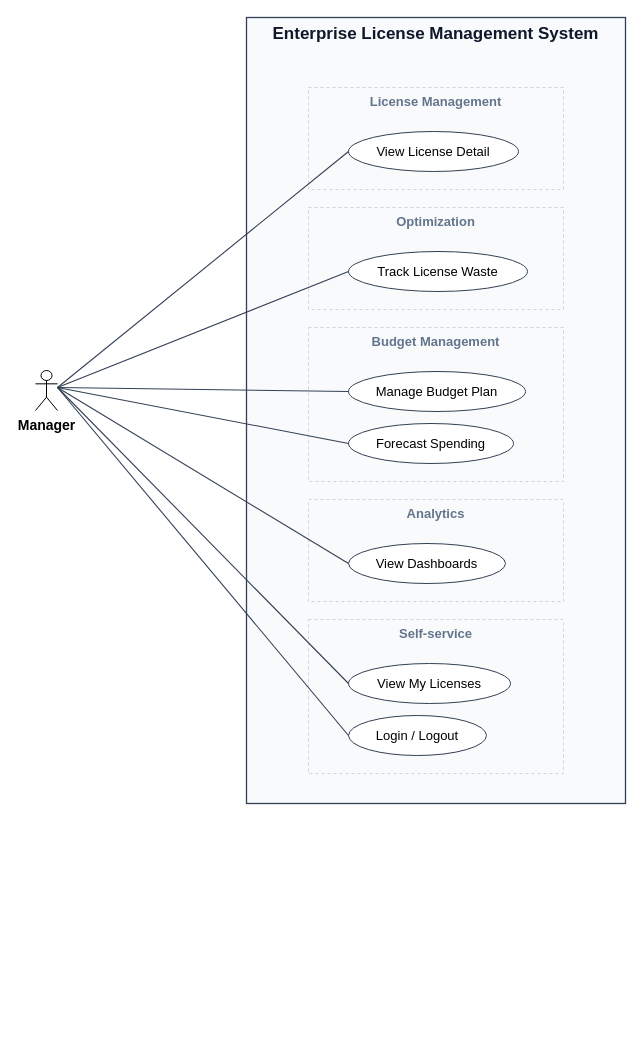
Above: docs/diagrams/out/uc_manager.drawio in cuonglpv/VFast (draw.io), before the change. Source tidied: cells renumbered, new cells numbered last; positions are measured from the earlier drawing's top-left corner, leaving out a move shared by most shapes. Both pictures are drawn from the tidied source at 100%, with x=0, y=0 at pixel (35, 17).
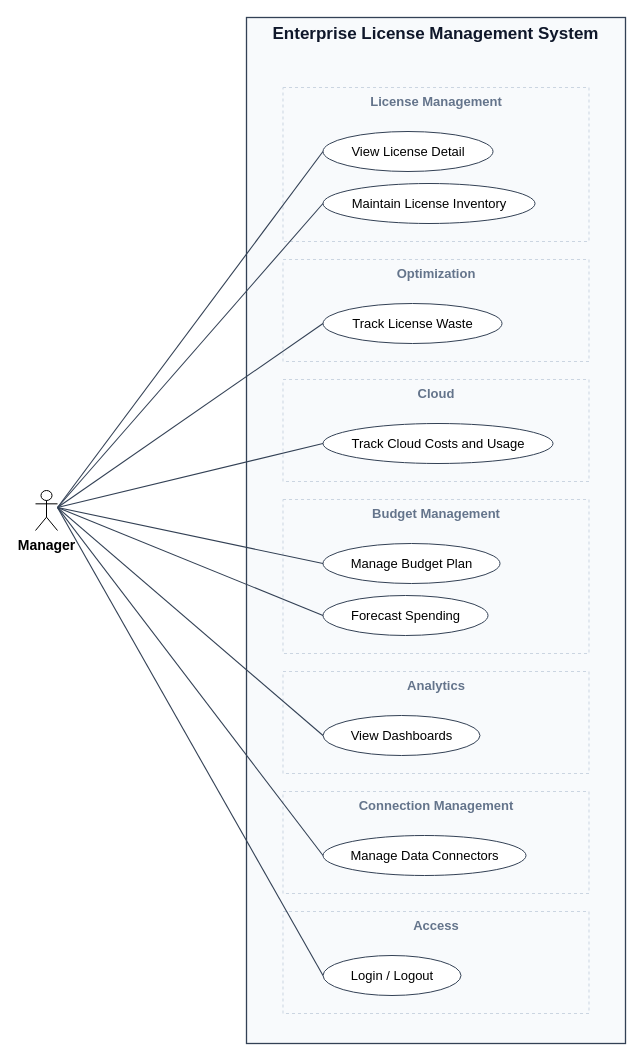
The same page after the edit.

Diff of the diagram source:
```diff
@@
     <mxCell id="2" value="Enterprise License Management System" style="rounded=0;arcSize=0;absoluteArcSize=1;whiteSpace=wrap;html=1;fillColor=#F8FAFC;strokeColor=#334155;strokeWidth=1.3;fontSize=17;fontColor=#0f172a;align=center;verticalAlign=top;fontStyle=1;" parent="1" vertex="1">
-      <mxGeometry x="211" width="379" height="786" as="geometry" />
+      <mxGeometry x="211" width="379" height="1026" as="geometry" />
     </mxCell>
     <mxCell id="3" value="License Management" style="rounded=0;arcSize=0;absoluteArcSize=1;whiteSpace=wrap;html=1;fillColor=#F8FAFC;strokeColor=#CBD5E1;strokeWidth=1;fontSize=13;fontColor=#64748B;align=center;verticalAlign=top;dashed=1;fontStyle=1;" parent="1" vertex="1">
-      <mxGeometry x="273" y="70" width="255" height="102" as="geometry" />
+      <mxGeometry x="247.5" y="70" width="306" height="154" as="geometry" />
     </mxCell>
     <mxCell id="4" value="View License Detail" style="ellipse;whiteSpace=wrap;html=1;fillColor=#ffffff;strokeColor=#334155;fontSize=13;fontColor=#000000;" parent="1" vertex="1">
-      <mxGeometry x="313" y="114" width="170" height="40" as="geometry" />
+      <mxGeometry x="287.5" y="114" width="170" height="40" as="geometry" />
     </mxCell>
-    <mxCell id="5" value="Optimization" style="rounded=0;arcSize=0;absoluteArcSize=1;whiteSpace=wrap;html=1;fillColor=#F8FAFC;strokeColor=#CBD5E1;strokeWidth=1;fontSize=13;fontColor=#64748B;align=center;verticalAlign=top;dashed=1;fontStyle=1;" parent="1" vertex="1">
-      <mxGeometry x="273" y="190" width="255" height="102" as="geometry" />
+    <mxCell id="5" value="Maintain License Inventory" style="ellipse;whiteSpace=wrap;html=1;fillColor=#ffffff;strokeColor=#334155;fontSize=13;fontColor=#000000;" parent="1" vertex="1">
+      <mxGeometry x="287.5" y="166" width="212" height="40" as="geometry" />
     </mxCell>
-    <mxCell id="6" value="Track License Waste" style="ellipse;whiteSpace=wrap;html=1;fillColor=#ffffff;strokeColor=#334155;fontSize=13;fontColor=#000000;" parent="1" vertex="1">
-      <mxGeometry x="313" y="234" width="179" height="40" as="geometry" />
+    <mxCell id="6" value="Optimization" style="rounded=0;arcSize=0;absoluteArcSize=1;whiteSpace=wrap;html=1;fillColor=#F8FAFC;strokeColor=#CBD5E1;strokeWidth=1;fontSize=13;fontColor=#64748B;align=center;verticalAlign=top;dashed=1;fontStyle=1;" parent="1" vertex="1">
+      <mxGeometry x="247.5" y="242" width="306" height="102" as="geometry" />
     </mxCell>
-    <mxCell id="7" value="Budget Management" style="rounded=0;arcSize=0;absoluteArcSize=1;whiteSpace=wrap;html=1;fillColor=#F8FAFC;strokeColor=#CBD5E1;strokeWidth=1;fontSize=13;fontColor=#64748B;align=center;verticalAlign=top;dashed=1;fontStyle=1;" parent="1" vertex="1">
-      <mxGeometry x="273" y="310" width="255" height="154" as="geometry" />
+    <mxCell id="7" value="Track License Waste" style="ellipse;whiteSpace=wrap;html=1;fillColor=#ffffff;strokeColor=#334155;fontSize=13;fontColor=#000000;" parent="1" vertex="1">
+      <mxGeometry x="287.5" y="286" width="179" height="40" as="geometry" />
     </mxCell>
-    <mxCell id="8" value="Manage Budget Plan" style="ellipse;whiteSpace=wrap;html=1;fillColor=#ffffff;strokeColor=#334155;fontSize=13;fontColor=#000000;" parent="1" vertex="1">
-      <mxGeometry x="313" y="354" width="177" height="40" as="geometry" />
+    <mxCell id="8" value="Cloud" style="rounded=0;arcSize=0;absoluteArcSize=1;whiteSpace=wrap;html=1;fillColor=#F8FAFC;strokeColor=#CBD5E1;strokeWidth=1;fontSize=13;fontColor=#64748B;align=center;verticalAlign=top;dashed=1;fontStyle=1;" parent="1" vertex="1">
+      <mxGeometry x="247.5" y="362" width="306" height="102" as="geometry" />
     </mxCell>
-    <mxCell id="9" value="Forecast Spending" style="ellipse;whiteSpace=wrap;html=1;fillColor=#ffffff;strokeColor=#334155;fontSize=13;fontColor=#000000;" parent="1" vertex="1">
-      <mxGeometry x="313" y="406" width="165" height="40" as="geometry" />
+    <mxCell id="9" value="Track Cloud Costs and Usage" style="ellipse;whiteSpace=wrap;html=1;fillColor=#ffffff;strokeColor=#334155;fontSize=13;fontColor=#000000;" parent="1" vertex="1">
+      <mxGeometry x="287.5" y="406" width="230" height="40" as="geometry" />
     </mxCell>
-    <mxCell id="10" value="Analytics" style="rounded=0;arcSize=0;absoluteArcSize=1;whiteSpace=wrap;html=1;fillColor=#F8FAFC;strokeColor=#CBD5E1;strokeWidth=1;fontSize=13;fontColor=#64748B;align=center;verticalAlign=top;dashed=1;fontStyle=1;" parent="1" vertex="1">
-      <mxGeometry x="273" y="482" width="255" height="102" as="geometry" />
+    <mxCell id="10" value="Budget Management" style="rounded=0;arcSize=0;absoluteArcSize=1;whiteSpace=wrap;html=1;fillColor=#F8FAFC;strokeColor=#CBD5E1;strokeWidth=1;fontSize=13;fontColor=#64748B;align=center;verticalAlign=top;dashed=1;fontStyle=1;" parent="1" vertex="1">
+      <mxGeometry x="247.5" y="482" width="306" height="154" as="geometry" />
     </mxCell>
-    <mxCell id="11" value="View Dashboards" style="ellipse;whiteSpace=wrap;html=1;fillColor=#ffffff;strokeColor=#334155;fontSize=13;fontColor=#000000;" parent="1" vertex="1">
-      <mxGeometry x="313" y="526" width="157" height="40" as="geometry" />
+    <mxCell id="11" value="Manage Budget Plan" style="ellipse;whiteSpace=wrap;html=1;fillColor=#ffffff;strokeColor=#334155;fontSize=13;fontColor=#000000;" parent="1" vertex="1">
+      <mxGeometry x="287.5" y="526" width="177" height="40" as="geometry" />
     </mxCell>
-    <mxCell id="12" value="Self-service" style="rounded=0;arcSize=0;absoluteArcSize=1;whiteSpace=wrap;html=1;fillColor=#F8FAFC;strokeColor=#CBD5E1;strokeWidth=1;fontSize=13;fontColor=#64748B;align=center;verticalAlign=top;dashed=1;fontStyle=1;" parent="1" vertex="1">
-      <mxGeometry x="273" y="602" width="255" height="154" as="geometry" />
+    <mxCell id="12" value="Forecast Spending" style="ellipse;whiteSpace=wrap;html=1;fillColor=#ffffff;strokeColor=#334155;fontSize=13;fontColor=#000000;" parent="1" vertex="1">
+      <mxGeometry x="287.5" y="578" width="165" height="40" as="geometry" />
     </mxCell>
-    <mxCell id="13" value="View My Licenses" style="ellipse;whiteSpace=wrap;html=1;fillColor=#ffffff;strokeColor=#334155;fontSize=13;fontColor=#000000;" parent="1" vertex="1">
-      <mxGeometry x="313" y="646" width="162" height="40" as="geometry" />
+    <mxCell id="13" value="Analytics" style="rounded=0;arcSize=0;absoluteArcSize=1;whiteSpace=wrap;html=1;fillColor=#F8FAFC;strokeColor=#CBD5E1;strokeWidth=1;fontSize=13;fontColor=#64748B;align=center;verticalAlign=top;dashed=1;fontStyle=1;" parent="1" vertex="1">
+      <mxGeometry x="247.5" y="654" width="306" height="102" as="geometry" />
     </mxCell>
-    <mxCell id="14" value="Login / Logout" style="ellipse;whiteSpace=wrap;html=1;fillColor=#ffffff;strokeColor=#334155;fontSize=13;fontColor=#000000;" parent="1" vertex="1">
-      <mxGeometry x="313" y="698" width="138" height="40" as="geometry" />
+    <mxCell id="14" value="View Dashboards" style="ellipse;whiteSpace=wrap;html=1;fillColor=#ffffff;strokeColor=#334155;fontSize=13;fontColor=#000000;" parent="1" vertex="1">
+      <mxGeometry x="287.5" y="698" width="157" height="40" as="geometry" />
     </mxCell>
-    <mxCell id="15" value="Manager" style="shape=umlActor;html=1;verticalLabelPosition=bottom;verticalAlign=top;labelPosition=center;align=center;fontSize=14;fontStyle=1;" parent="1" vertex="1">
-      <mxGeometry y="353" width="22" height="40" as="geometry" />
+    <mxCell id="15" value="Connection Management" style="rounded=0;arcSize=0;absoluteArcSize=1;whiteSpace=wrap;html=1;fillColor=#F8FAFC;strokeColor=#CBD5E1;strokeWidth=1;fontSize=13;fontColor=#64748B;align=center;verticalAlign=top;dashed=1;fontStyle=1;" parent="1" vertex="1">
+      <mxGeometry x="247.5" y="774" width="306" height="102" as="geometry" />
     </mxCell>
-    <mxCell id="16" style="html=1;rounded=0;endArrow=none;endFill=0;startArrow=none;startFill=0;strokeColor=#334155;strokeWidth=1.1;" parent="1" edge="1">
-      <mxGeometry relative="1" as="geometry">
-        <mxPoint x="22" y="370" as="sourcePoint" />
-        <mxPoint x="313" y="134" as="targetPoint" />
-      </mxGeometry>
+    <mxCell id="16" value="Manage Data Connectors" style="ellipse;whiteSpace=wrap;html=1;fillColor=#ffffff;strokeColor=#334155;fontSize=13;fontColor=#000000;" parent="1" vertex="1">
+      <mxGeometry x="287.5" y="818" width="203" height="40" as="geometry" />
     </mxCell>
-    <mxCell id="17" style="html=1;rounded=0;endArrow=none;endFill=0;startArrow=none;startFill=0;strokeColor=#334155;strokeWidth=1.1;" parent="1" edge="1">
-      <mxGeometry relative="1" as="geometry">
-        <mxPoint x="22" y="370" as="sourcePoint" />
-        <mxPoint x="313" y="254" as="targetPoint" />
-      </mxGeometry>
+    <mxCell id="17" value="Access" style="rounded=0;arcSize=0;absoluteArcSize=1;whiteSpace=wrap;html=1;fillColor=#F8FAFC;strokeColor=#CBD5E1;strokeWidth=1;fontSize=13;fontColor=#64748B;align=center;verticalAlign=top;dashed=1;fontStyle=1;" parent="1" vertex="1">
+      <mxGeometry x="247.5" y="894" width="306" height="102" as="geometry" />
     </mxCell>
-    <mxCell id="18" style="html=1;rounded=0;endArrow=none;endFill=0;startArrow=none;startFill=0;strokeColor=#334155;strokeWidth=1.1;" parent="1" edge="1">
-      <mxGeometry relative="1" as="geometry">
-        <mxPoint x="22" y="370" as="sourcePoint" />
-        <mxPoint x="313" y="374" as="targetPoint" />
-      </mxGeometry>
+    <mxCell id="18" value="Login / Logout" style="ellipse;whiteSpace=wrap;html=1;fillColor=#ffffff;strokeColor=#334155;fontSize=13;fontColor=#000000;" parent="1" vertex="1">
+      <mxGeometry x="287.5" y="938" width="138" height="40" as="geometry" />
     </mxCell>
-    <mxCell id="19" style="html=1;rounded=0;endArrow=none;endFill=0;startArrow=none;startFill=0;strokeColor=#334155;strokeWidth=1.1;" parent="1" edge="1">
-      <mxGeometry relative="1" as="geometry">
-        <mxPoint x="22" y="370" as="sourcePoint" />
-        <mxPoint x="313" y="426" as="targetPoint" />
-      </mxGeometry>
+    <mxCell id="19" value="Manager" style="shape=umlActor;html=1;verticalLabelPosition=bottom;verticalAlign=top;labelPosition=center;align=center;fontSize=14;fontStyle=1;" parent="1" vertex="1">
+      <mxGeometry y="473" width="22" height="40" as="geometry" />
     </mxCell>
     <mxCell id="20" style="html=1;rounded=0;endArrow=none;endFill=0;startArrow=none;startFill=0;strokeColor=#334155;strokeWidth=1.1;" parent="1" edge="1">
       <mxGeometry relative="1" as="geometry">
-        <mxPoint x="22" y="370" as="sourcePoint" />
-        <mxPoint x="313" y="546" as="targetPoint" />
+        <mxPoint x="22" y="490" as="sourcePoint" />
+        <mxPoint x="287.5" y="134" as="targetPoint" />
       </mxGeometry>
     </mxCell>
     <mxCell id="21" style="html=1;rounded=0;endArrow=none;endFill=0;startArrow=none;startFill=0;strokeColor=#334155;strokeWidth=1.1;" parent="1" edge="1">
       <mxGeometry relative="1" as="geometry">
-        <mxPoint x="22" y="370" as="sourcePoint" />
-        <mxPoint x="313" y="666" as="targetPoint" />
+        <mxPoint x="22" y="490" as="sourcePoint" />
+        <mxPoint x="287.5" y="186" as="targetPoint" />
       </mxGeometry>
     </mxCell>
     <mxCell id="22" style="html=1;rounded=0;endArrow=none;endFill=0;startArrow=none;startFill=0;strokeColor=#334155;strokeWidth=1.1;" parent="1" edge="1">
       <mxGeometry relative="1" as="geometry">
-        <mxPoint x="22" y="370" as="sourcePoint" />
-        <mxPoint x="313" y="718" as="targetPoint" />
+        <mxPoint x="22" y="490" as="sourcePoint" />
+        <mxPoint x="287.5" y="306" as="targetPoint" />
       </mxGeometry>
     </mxCell>
+    <mxCell id="23" style="html=1;rounded=0;endArrow=none;endFill=0;startArrow=none;startFill=0;strokeColor=#334155;strokeWidth=1.1;" parent="1" edge="1">
+      <mxGeometry relative="1" as="geometry">
+        <mxPoint x="22" y="490" as="sourcePoint" />
+        <mxPoint x="287.5" y="426" as="targetPoint" />
+      </mxGeometry>
+    </mxCell>
+    <mxCell id="24" style="html=1;rounded=0;endArrow=none;endFill=0;startArrow=none;startFill=0;strokeColor=#334155;strokeWidth=1.1;" parent="1" edge="1">
+      <mxGeometry relative="1" as="geometry">
+        <mxPoint x="22" y="490" as="sourcePoint" />
+        <mxPoint x="287.5" y="546" as="targetPoint" />
+      </mxGeometry>
+    </mxCell>
+    <mxCell id="25" style="html=1;rounded=0;endArrow=none;endFill=0;startArrow=none;startFill=0;strokeColor=#334155;strokeWidth=1.1;" parent="1" edge="1">
+      <mxGeometry relative="1" as="geometry">
+        <mxPoint x="22" y="490" as="sourcePoint" />
+        <mxPoint x="287.5" y="598" as="targetPoint" />
+      </mxGeometry>
+    </mxCell>
+    <mxCell id="26" style="html=1;rounded=0;endArrow=none;endFill=0;startArrow=none;startFill=0;strokeColor=#334155;strokeWidth=1.1;" parent="1" edge="1">
+      <mxGeometry relative="1" as="geometry">
+        <mxPoint x="22" y="490" as="sourcePoint" />
+        <mxPoint x="287.5" y="718" as="targetPoint" />
+      </mxGeometry>
+    </mxCell>
+    <mxCell id="27" style="html=1;rounded=0;endArrow=none;endFill=0;startArrow=none;startFill=0;strokeColor=#334155;strokeWidth=1.1;" parent="1" edge="1">
+      <mxGeometry relative="1" as="geometry">
+        <mxPoint x="22" y="490" as="sourcePoint" />
+        <mxPoint x="287.5" y="838" as="targetPoint" />
+      </mxGeometry>
+    </mxCell>
+    <mxCell id="28" style="html=1;rounded=0;endArrow=none;endFill=0;startArrow=none;startFill=0;strokeColor=#334155;strokeWidth=1.1;" parent="1" edge="1">
+      <mxGeometry relative="1" as="geometry">
+        <mxPoint x="22" y="490" as="sourcePoint" />
+        <mxPoint x="287.5" y="958" as="targetPoint" />
+      </mxGeometry>
+    </mxCell>
```
